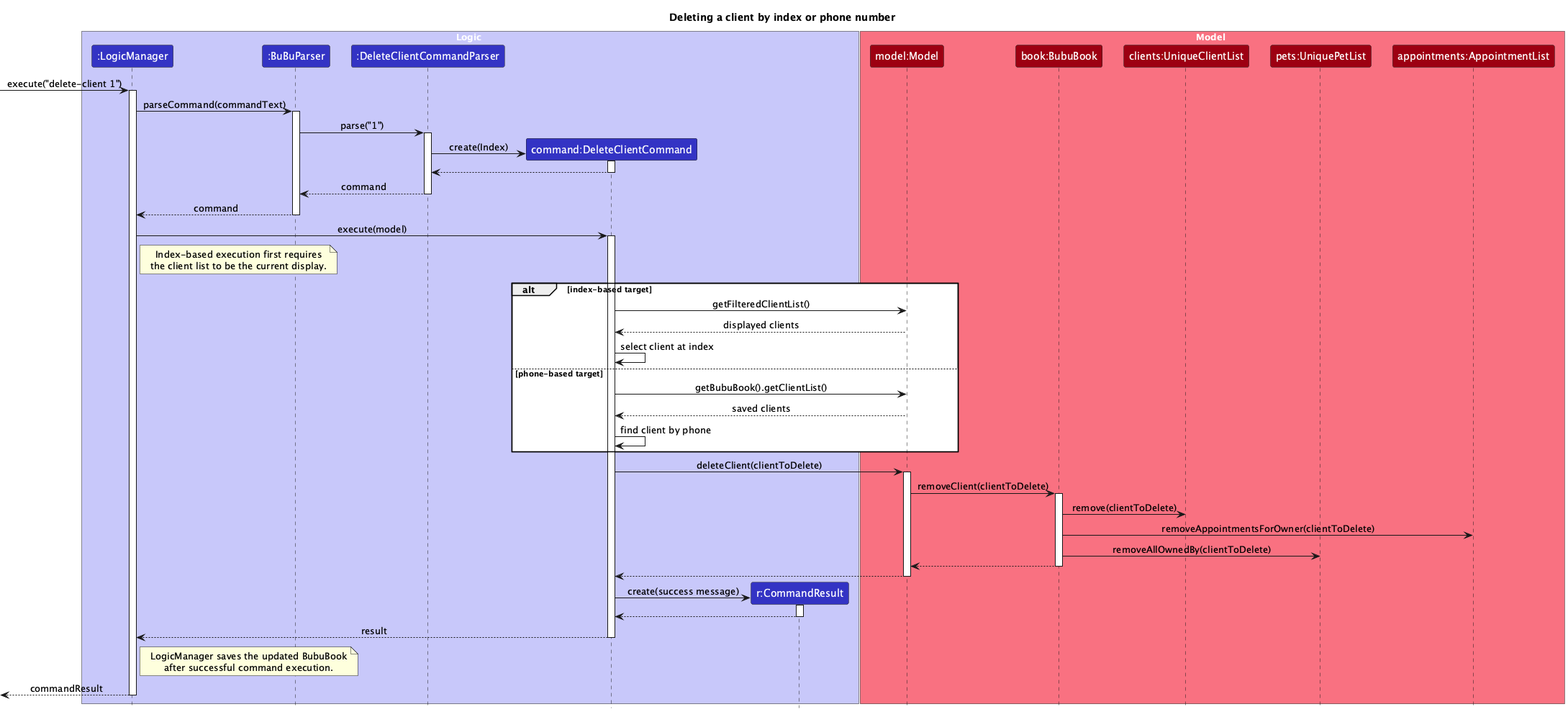
Above: docs/images/DeleteSequenceDiagram.png in 0218hy/tp (PlantUML), before the change.
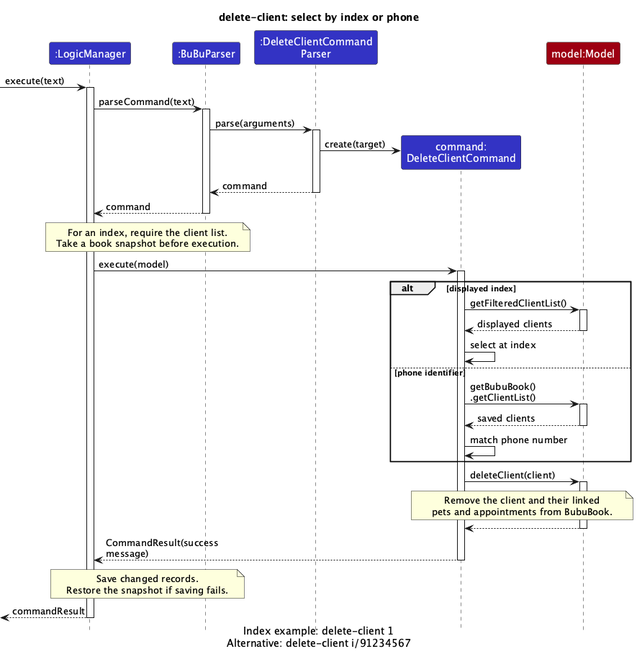
After the commit.

Commit message:
Improve Logic guide readability and label command diagrams

The edit, as a diff of the source:
```diff
@@ -1,82 +1,51 @@
 @startuml
 !include style.puml
 skinparam ArrowFontStyle plain
-title Deleting a client by index or phone number
+skinparam ParticipantPadding 5
+skinparam SequenceMessageAlign left
+skinparam maxMessageSize 180
+title delete-client: select by index or phone
+caption Index example: delete-client 1\nAlternative: delete-client i/91234567
 
-box Logic LOGIC_COLOR_T1
-participant ":LogicManager" as LogicManager LOGIC_COLOR
-participant ":BuBuParser" as BuBuParser LOGIC_COLOR
-participant ":DeleteClientCommandParser" as DeleteClientCommandParser LOGIC_COLOR
-participant "command:DeleteClientCommand" as DeleteClientCommand LOGIC_COLOR
-participant "r:CommandResult" as CommandResult LOGIC_COLOR
-end box
+participant ":LogicManager" as logic LOGIC_COLOR
+participant ":BuBuParser" as parser LOGIC_COLOR
+participant ":DeleteClientCommand\nParser" as feature LOGIC_COLOR
+participant "command:\nDeleteClientCommand" as command LOGIC_COLOR
+participant "model:Model" as model MODEL_COLOR
 
-box Model MODEL_COLOR_T1
-participant "model:Model" as Model MODEL_COLOR
-participant "book:BubuBook" as BubuBook MODEL_COLOR
-participant "clients:UniqueClientList" as UniqueClientList MODEL_COLOR
-participant "pets:UniquePetList" as UniquePetList MODEL_COLOR
-participant "appointments:AppointmentList" as AppointmentList MODEL_COLOR
-end box
-
-[-> LogicManager : execute("delete-client 1")
-activate LogicManager
-
-LogicManager -> BuBuParser : parseCommand(commandText)
-activate BuBuParser
-BuBuParser -> DeleteClientCommandParser : parse("1")
-activate DeleteClientCommandParser
-create DeleteClientCommand
-DeleteClientCommandParser -> DeleteClientCommand : create(Index)
-activate DeleteClientCommand
-DeleteClientCommand --> DeleteClientCommandParser
-deactivate DeleteClientCommand
-DeleteClientCommandParser --> BuBuParser : command
-deactivate DeleteClientCommandParser
-BuBuParser --> LogicManager : command
-deactivate BuBuParser
-
-LogicManager -> DeleteClientCommand : execute(model)
-activate DeleteClientCommand
-note right of LogicManager
-  Index-based execution first requires
-  the client list to be the current display.
+[-> logic : execute(text)
+activate logic
+logic -> parser ++: parseCommand(text)
+parser -> feature ++: parse(arguments)
+create command
+feature -> command : create(target)
+feature --> parser --: command
+parser --> logic --: command
+note over logic, parser
+  For an index, require the client list.
+  Take a book snapshot before execution.
 end note
-alt index-based target
-    DeleteClientCommand -> Model : getFilteredClientList()
-    Model --> DeleteClientCommand : displayed clients
-    DeleteClientCommand -> DeleteClientCommand : select client at index
-else phone-based target
-    DeleteClientCommand -> Model : getBubuBook().getClientList()
-    Model --> DeleteClientCommand : saved clients
-    DeleteClientCommand -> DeleteClientCommand : find client by phone
+logic -> command ++: execute(model)
+alt displayed index
+    command -> model ++: getFilteredClientList()
+    model --> command --: displayed clients
+    command -> command : select at index
+else phone identifier
+    command -> model ++: getBubuBook()\n.getClientList()
+    model --> command --: saved clients
+    command -> command : match phone number
 end
-
-DeleteClientCommand -> Model : deleteClient(clientToDelete)
-activate Model
-Model -> BubuBook : removeClient(clientToDelete)
-activate BubuBook
-BubuBook -> UniqueClientList : remove(clientToDelete)
-BubuBook -> AppointmentList : removeAppointmentsForOwner(clientToDelete)
-BubuBook -> UniquePetList : removeAllOwnedBy(clientToDelete)
-BubuBook --> Model
-deactivate BubuBook
-Model --> DeleteClientCommand
-deactivate Model
-
-create CommandResult
-DeleteClientCommand -> CommandResult : create(success message)
-activate CommandResult
-CommandResult --> DeleteClientCommand
-deactivate CommandResult
-DeleteClientCommand --> LogicManager : result
-deactivate DeleteClientCommand
-
-note right of LogicManager
-  LogicManager saves the updated BubuBook
-  after successful command execution.
+command -> model ++: deleteClient(client)
+note over command, model
+  Remove the client and their linked
+  pets and appointments from BubuBook.
 end note
-
-[<--LogicManager : commandResult
-deactivate LogicManager
+model --> command --
+command --> logic --: CommandResult(success message)
+note over logic, parser
+  Save changed records.
+  Restore the snapshot if saving fails.
+end note
+[<-- logic : commandResult
+deactivate logic
 @enduml
```
